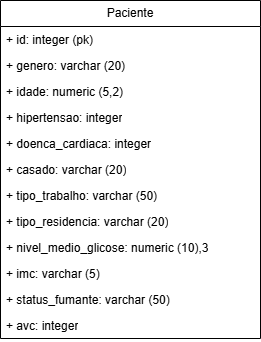
Above: docs/Modelo lógico.png in adriellebs/projeto_avc (draw.io), before the change. Source tidied: cells renumbered, new cells last; positions are measured from the earlier drawing's top-left corner, leaving out a move shared by most shapes. The source it was exported from:
```xml
<mxGraphModel>
  <root>
    <mxCell id="0" />
    <mxCell id="1" parent="0" />
    <mxCell id="2" value="Paciente" style="swimlane;fontStyle=0;horizontal=1;startSize=26;fillColor=none;whiteSpace=wrap;html=1;" parent="1" vertex="1">
      <mxGeometry width="260" height="338" as="geometry" />
    </mxCell>
    <mxCell id="3" value="+ id: integer (pk)" style="text;strokeColor=none;fillColor=none;align=left;verticalAlign=top;spacingLeft=4;spacingRight=4;overflow=hidden;whiteSpace=wrap;html=1;" parent="2" vertex="1">
      <mxGeometry y="26" width="260" height="26" as="geometry" />
    </mxCell>
    <mxCell id="4" value="+ genero: varchar (20)" style="text;strokeColor=none;fillColor=none;align=left;verticalAlign=top;spacingLeft=4;spacingRight=4;overflow=hidden;whiteSpace=wrap;html=1;" parent="2" vertex="1">
      <mxGeometry y="52" width="260" height="26" as="geometry" />
    </mxCell>
    <mxCell id="5" value="+ idade: numeric (5,2)" style="text;strokeColor=none;fillColor=none;align=left;verticalAlign=top;spacingLeft=4;spacingRight=4;overflow=hidden;whiteSpace=wrap;html=1;" parent="2" vertex="1">
      <mxGeometry y="78" width="260" height="26" as="geometry" />
    </mxCell>
    <mxCell id="6" value="+ hipertensao: integer" style="text;strokeColor=none;fillColor=none;align=left;verticalAlign=top;spacingLeft=4;spacingRight=4;overflow=hidden;whiteSpace=wrap;html=1;" parent="2" vertex="1">
      <mxGeometry y="104" width="260" height="26" as="geometry" />
    </mxCell>
    <mxCell id="7" value="+ doenca_cardiaca: integer" style="text;strokeColor=none;fillColor=none;align=left;verticalAlign=top;spacingLeft=4;spacingRight=4;overflow=hidden;whiteSpace=wrap;html=1;" parent="2" vertex="1">
      <mxGeometry y="130" width="260" height="26" as="geometry" />
    </mxCell>
    <mxCell id="8" value="+ casado: varchar (20)" style="text;strokeColor=none;fillColor=none;align=left;verticalAlign=top;spacingLeft=4;spacingRight=4;overflow=hidden;whiteSpace=wrap;html=1;" parent="2" vertex="1">
      <mxGeometry y="156" width="260" height="26" as="geometry" />
    </mxCell>
    <mxCell id="9" value="+ tipo_trabalho: varchar (50)" style="text;strokeColor=none;fillColor=none;align=left;verticalAlign=top;spacingLeft=4;spacingRight=4;overflow=hidden;whiteSpace=wrap;html=1;" parent="2" vertex="1">
      <mxGeometry y="182" width="260" height="26" as="geometry" />
    </mxCell>
    <mxCell id="10" value="+ tipo_residencia: varchar (20)" style="text;strokeColor=none;fillColor=none;align=left;verticalAlign=top;spacingLeft=4;spacingRight=4;overflow=hidden;whiteSpace=wrap;html=1;" parent="2" vertex="1">
      <mxGeometry y="208" width="260" height="26" as="geometry" />
    </mxCell>
    <mxCell id="11" value="+ nivel_medio_glicose: numeric (10),3" style="text;strokeColor=none;fillColor=none;align=left;verticalAlign=top;spacingLeft=4;spacingRight=4;overflow=hidden;whiteSpace=wrap;html=1;" parent="2" vertex="1">
      <mxGeometry y="234" width="260" height="26" as="geometry" />
    </mxCell>
    <mxCell id="12" value="+ imc: varchar (5)" style="text;strokeColor=none;fillColor=none;align=left;verticalAlign=top;spacingLeft=4;spacingRight=4;overflow=hidden;whiteSpace=wrap;html=1;" parent="2" vertex="1">
      <mxGeometry y="260" width="260" height="26" as="geometry" />
    </mxCell>
    <mxCell id="13" value="+ status_fumante: varchar (50)" style="text;strokeColor=none;fillColor=none;align=left;verticalAlign=top;spacingLeft=4;spacingRight=4;overflow=hidden;whiteSpace=wrap;html=1;" parent="2" vertex="1">
      <mxGeometry y="286" width="260" height="26" as="geometry" />
    </mxCell>
    <mxCell id="14" value="+ avc: integer" style="text;strokeColor=none;fillColor=none;align=left;verticalAlign=top;spacingLeft=4;spacingRight=4;overflow=hidden;whiteSpace=wrap;html=1;" parent="2" vertex="1">
      <mxGeometry y="312" width="260" height="26" as="geometry" />
    </mxCell>
  </root>
</mxGraphModel>
```
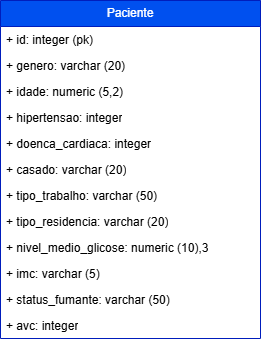
After the commit.

Commit message:
Modelo Lógico

Diff of the diagram source:
```diff
@@ -2,7 +2,7 @@
   <root>
     <mxCell id="0" />
     <mxCell id="1" parent="0" />
-    <mxCell id="2" value="Paciente" style="swimlane;fontStyle=0;horizontal=1;startSize=26;fillColor=none;whiteSpace=wrap;html=1;" parent="1" vertex="1">
+    <mxCell id="2" value="Paciente" style="swimlane;fontStyle=0;horizontal=1;startSize=26;fillColor=#0050ef;whiteSpace=wrap;html=1;fontColor=#ffffff;strokeColor=#001DBC;" parent="1" vertex="1">
       <mxGeometry width="260" height="338" as="geometry" />
     </mxCell>
     <mxCell id="3" value="+ id: integer (pk)" style="text;strokeColor=none;fillColor=none;align=left;verticalAlign=top;spacingLeft=4;spacingRight=4;overflow=hidden;whiteSpace=wrap;html=1;" parent="2" vertex="1">
```
